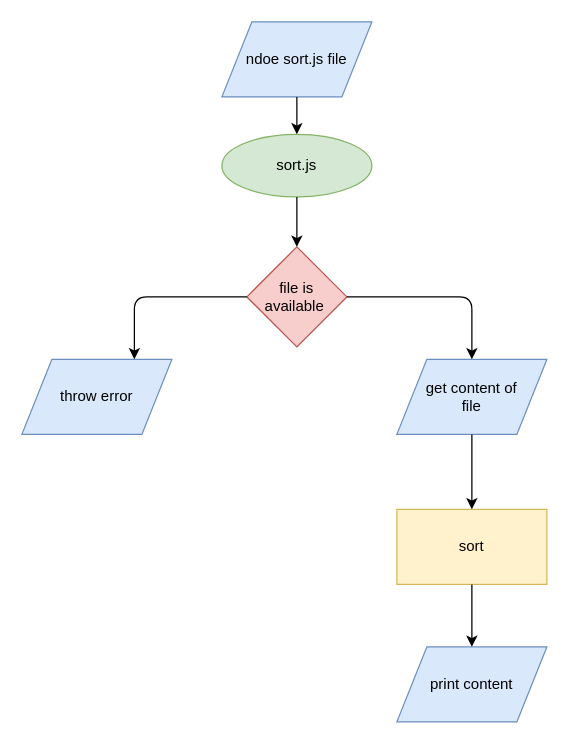
step-batch-7/jsTools-armanaaquib keeps this draw.io diagram as docs/sort_flow_01.drawio. Above is the earlier version. Source tidied: cells renumbered, new cells numbered last; positions are measured from the earlier drawing's top-left corner, leaving out a move shared by most shapes. Both pictures are drawn from the tidied source at 125%, with x=0, y=0 at pixel (21, 21).
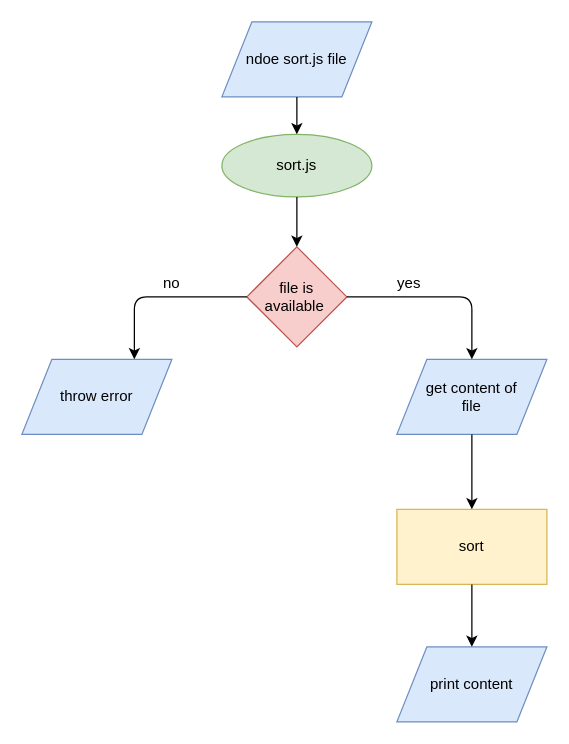
The same page after the edit.

Commit message (it also covers changes not shown here):
modified sort_flow_01

What changed in the source:
```diff
@@
 <mxGraphModel>
   <root>
     <mxCell id="0" />
     <mxCell id="1" parent="0" />
     <mxCell id="2" value="ndoe sort.js file" style="shape=parallelogram;perimeter=parallelogramPerimeter;whiteSpace=wrap;html=1;fillColor=#dae8fc;strokeColor=#6c8ebf;" parent="1" vertex="1">
       <mxGeometry x="160" width="120" height="60" as="geometry" />
     </mxCell>
     <mxCell id="3" value="sort.js" style="ellipse;whiteSpace=wrap;html=1;fillColor=#d5e8d4;strokeColor=#82b366;" parent="1" vertex="1">
       <mxGeometry x="160" y="90" width="120" height="50" as="geometry" />
     </mxCell>
     <mxCell id="4" style="endArrow=classic;html=1;entryX=0.5;entryY=0;entryDx=0;entryDy=0;exitX=0.5;exitY=1;exitDx=0;exitDy=0;" parent="1" edge="1" source="2" target="3">
       <mxGeometry relative="1" as="geometry" />
     </mxCell>
     <mxCell id="5" value="file is&lt;br&gt;available&amp;nbsp;" style="rhombus;whiteSpace=wrap;html=1;fillColor=#f8cecc;strokeColor=#b85450;" parent="1" vertex="1">
       <mxGeometry x="180" y="180" width="80" height="80" as="geometry" />
     </mxCell>
     <mxCell id="6" style="endArrow=classic;html=1;exitX=0.5;exitY=1;exitDx=0;exitDy=0;entryX=0.5;entryY=0;entryDx=0;entryDy=0;" parent="1" edge="1" source="3" target="5">
       <mxGeometry relative="1" as="geometry" />
     </mxCell>
     <mxCell id="7" value="sort" style="rounded=0;whiteSpace=wrap;html=1;fillColor=#fff2cc;strokeColor=#d6b656;" parent="1" vertex="1">
       <mxGeometry x="300" y="390" width="120" height="60" as="geometry" />
     </mxCell>
     <mxCell id="8" value="throw error" style="shape=parallelogram;perimeter=parallelogramPerimeter;whiteSpace=wrap;html=1;fillColor=#dae8fc;strokeColor=#6c8ebf;" parent="1" vertex="1">
       <mxGeometry y="270" width="120" height="60" as="geometry" />
     </mxCell>
     <mxCell id="9" style="endArrow=classic;html=1;exitX=0;exitY=0.5;exitDx=0;exitDy=0;entryX=0.75;entryY=0;entryDx=0;entryDy=0;" parent="1" edge="1" source="5" target="8">
       <mxGeometry relative="1" as="geometry">
         <Array as="points">
           <mxPoint x="90" y="220" />
         </Array>
       </mxGeometry>
     </mxCell>
     <mxCell id="10" value="get content of&lt;br&gt;file" style="shape=parallelogram;perimeter=parallelogramPerimeter;whiteSpace=wrap;html=1;fillColor=#dae8fc;strokeColor=#6c8ebf;" parent="1" vertex="1">
       <mxGeometry x="300" y="270" width="120" height="60" as="geometry" />
     </mxCell>
     <mxCell id="11" style="endArrow=classic;html=1;entryX=0.5;entryY=0;entryDx=0;entryDy=0;exitX=1;exitY=0.5;exitDx=0;exitDy=0;" parent="1" edge="1" source="5" target="10">
       <mxGeometry relative="1" as="geometry">
         <Array as="points">
           <mxPoint x="360" y="220" />
         </Array>
       </mxGeometry>
     </mxCell>
     <mxCell id="12" style="endArrow=classic;html=1;entryX=0.5;entryY=0;entryDx=0;entryDy=0;exitX=0.5;exitY=1;exitDx=0;exitDy=0;" parent="1" edge="1" source="10" target="7">
       <mxGeometry relative="1" as="geometry" />
     </mxCell>
     <mxCell id="13" value="print content" style="shape=parallelogram;perimeter=parallelogramPerimeter;whiteSpace=wrap;html=1;fillColor=#dae8fc;strokeColor=#6c8ebf;" parent="1" vertex="1">
       <mxGeometry x="300" y="500" width="120" height="60" as="geometry" />
     </mxCell>
     <mxCell id="14" style="endArrow=classic;html=1;entryX=0.5;entryY=0;entryDx=0;entryDy=0;exitX=0.5;exitY=1;exitDx=0;exitDy=0;" parent="1" edge="1" source="7" target="13">
       <mxGeometry relative="1" as="geometry" />
     </mxCell>
+    <mxCell id="15" value="yes" style="text;html=1;strokeColor=none;fillColor=none;align=center;verticalAlign=middle;whiteSpace=wrap;rounded=0;" parent="1" vertex="1">
+      <mxGeometry x="290" y="199" width="40" height="20" as="geometry" />
+    </mxCell>
+    <mxCell id="16" value="no" style="text;html=1;strokeColor=none;fillColor=none;align=center;verticalAlign=middle;whiteSpace=wrap;rounded=0;" parent="1" vertex="1">
+      <mxGeometry x="100" y="199" width="40" height="20" as="geometry" />
+    </mxCell>
   </root>
 </mxGraphModel>
```
